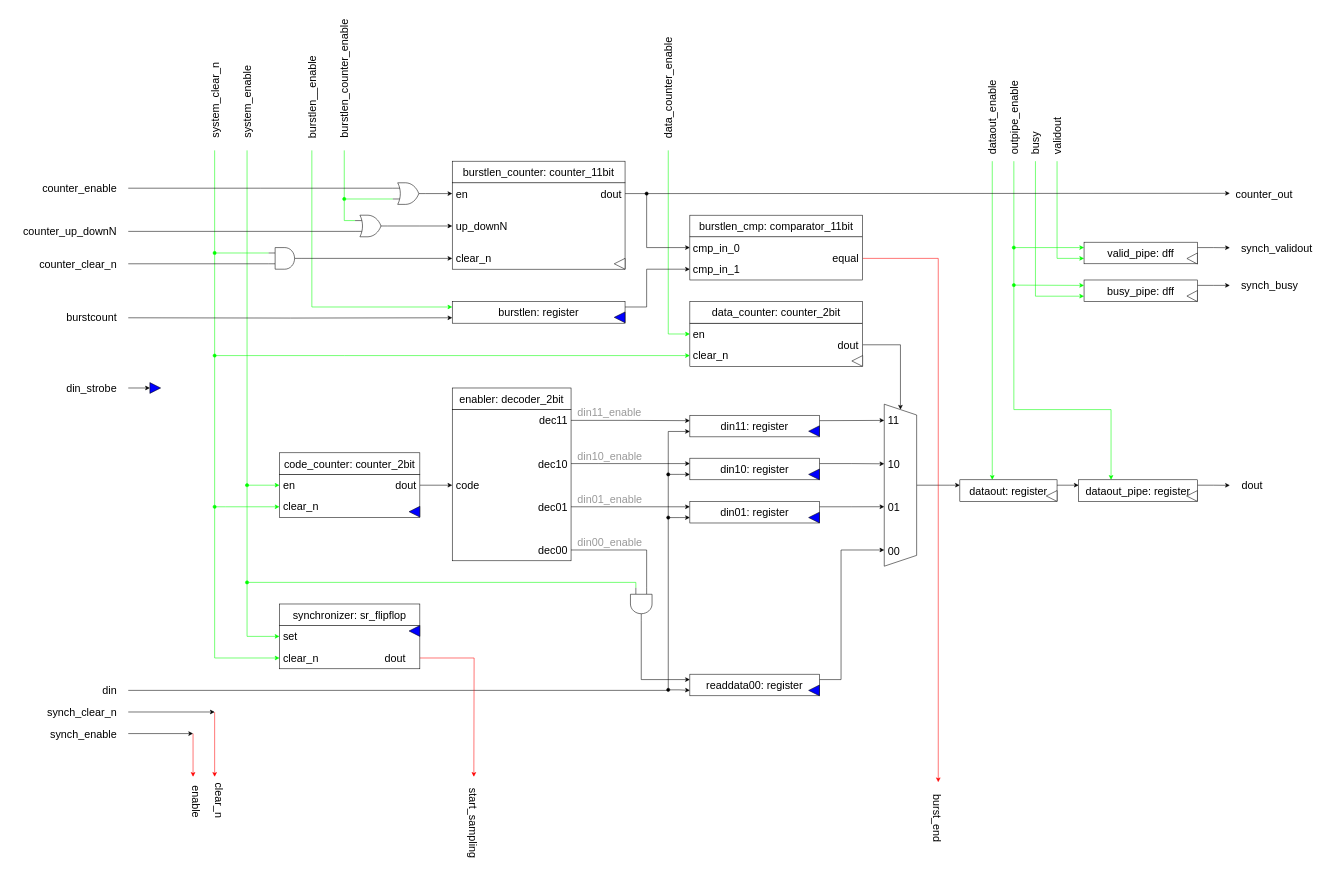
AndreaBononi/Intel_Cyclone10LP_systems keeps this draw.io diagram as page "synchronizer RTL" (9 of 11) of hyperram_system/ip/avs_to_hram_converter/schematics/avs_to_hram_converter.drawio. Above is the earlier version. Source tidied: cells renumbered, new cells numbered last; positions are measured from the earlier drawing's top-left corner, leaving out a move shared by most shapes. Both pictures are drawn from the tidied source at 54%, with x=0, y=0 at pixel (9, 63).
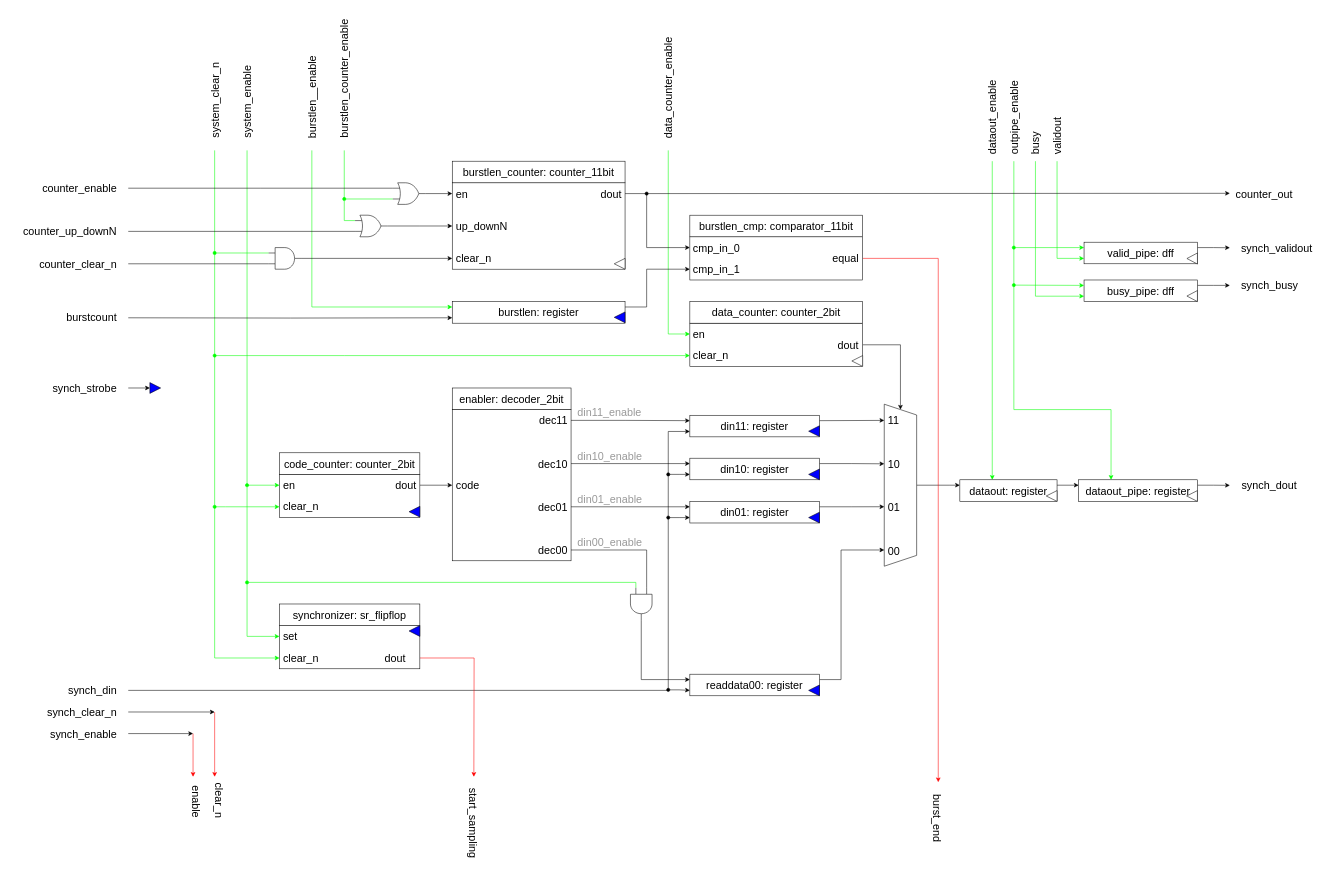
The same page after the edit.

Change to the diagram source:
```diff
@@
-    <mxCell id="9" value="&lt;font style=&quot;font-size: 20px;&quot;&gt;din_strobe&lt;/font&gt;" style="text;html=1;align=right;verticalAlign=middle;strokeColor=none;fillColor=none;fontSize=20;" parent="1" vertex="1">
-      <mxGeometry x="80" y="581" width="120" height="40" as="geometry" />
+    <mxCell id="9" value="synch&lt;font style=&quot;font-size: 20px;&quot;&gt;_strobe&lt;/font&gt;" style="text;html=1;align=right;verticalAlign=middle;strokeColor=none;fillColor=none;fontSize=20;" parent="1" vertex="1">
+      <mxGeometry x="60" y="581" width="140" height="40" as="geometry" />
     </mxCell>
@@
-    <mxCell id="29" value="&lt;font style=&quot;font-size: 20px;&quot;&gt;din&lt;/font&gt;" style="text;html=1;align=right;verticalAlign=middle;strokeColor=none;fillColor=none;fontSize=20;" parent="1" vertex="1">
-      <mxGeometry x="150" y="1141" width="50" height="40" as="geometry" />
+    <mxCell id="29" value="synch_&lt;font style=&quot;font-size: 20px;&quot;&gt;din&lt;/font&gt;" style="text;html=1;align=right;verticalAlign=middle;strokeColor=none;fillColor=none;fontSize=20;" parent="1" vertex="1">
+      <mxGeometry x="90" y="1141" width="110" height="40" as="geometry" />
     </mxCell>
@@
-    <mxCell id="43" value="&lt;div align=&quot;left&quot; style=&quot;font-size: 20px;&quot;&gt;&lt;font style=&quot;font-size: 20px;&quot;&gt;dout&lt;/font&gt;&lt;/div&gt;" style="text;html=1;align=left;verticalAlign=middle;strokeColor=none;fillColor=none;fontSize=20;" parent="1" vertex="1">
-      <mxGeometry x="2279.5" y="761" width="60" height="40" as="geometry" />
+    <mxCell id="43" value="synch_&lt;font style=&quot;font-size: 20px;&quot;&gt;dout&lt;/font&gt;" style="text;html=1;align=left;verticalAlign=middle;strokeColor=none;fillColor=none;fontSize=20;" parent="1" vertex="1">
+      <mxGeometry x="2279.5" y="761" width="130" height="40" as="geometry" />
     </mxCell>
```
